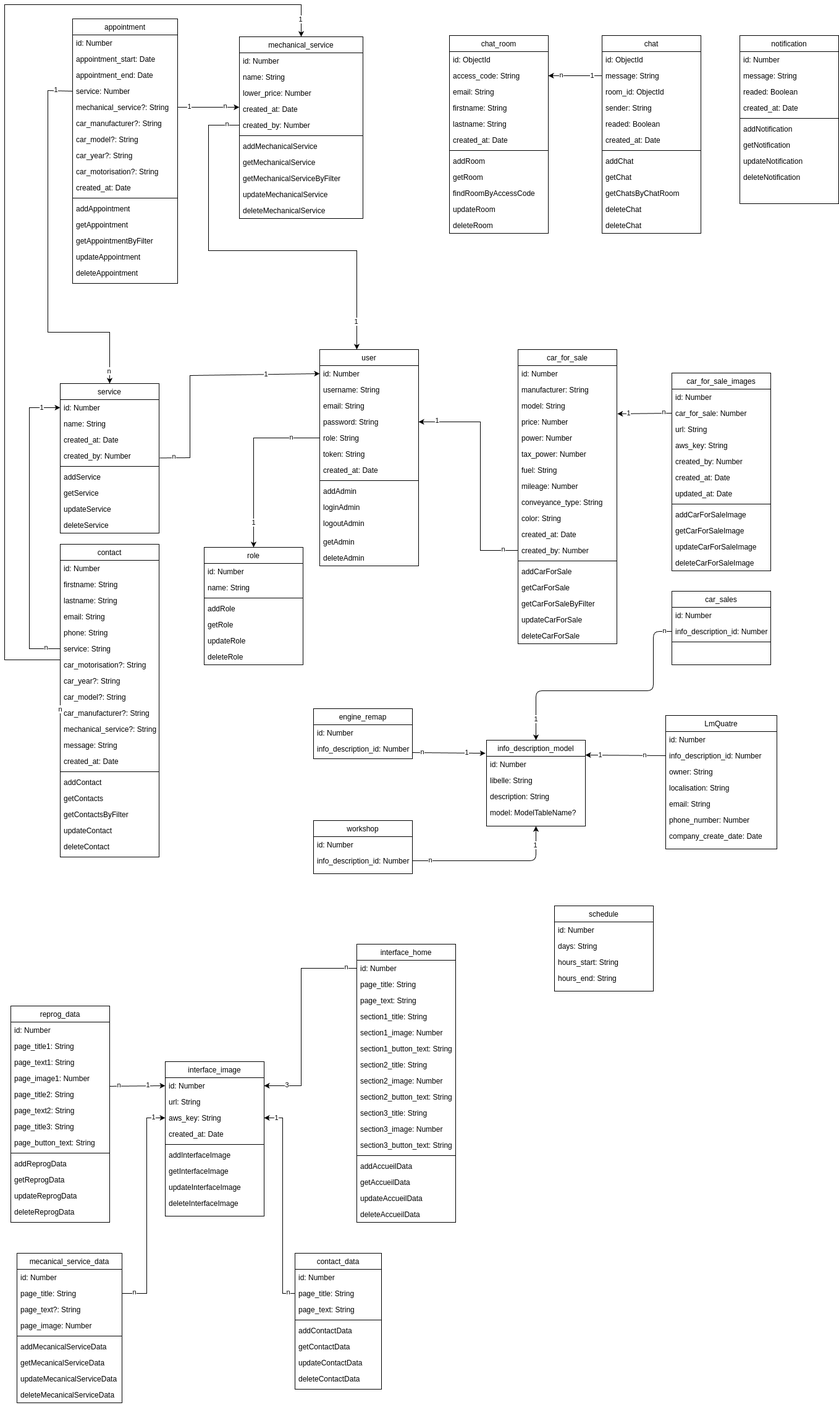
Above: documentation/hephaistos-MCD.drawio.png in nsevendev/hephaistos (draw.io), before the change. Source tidied: cells renumbered, new cells last; positions are measured from the earlier drawing's top-left corner, leaving out a move shared by most shapes.
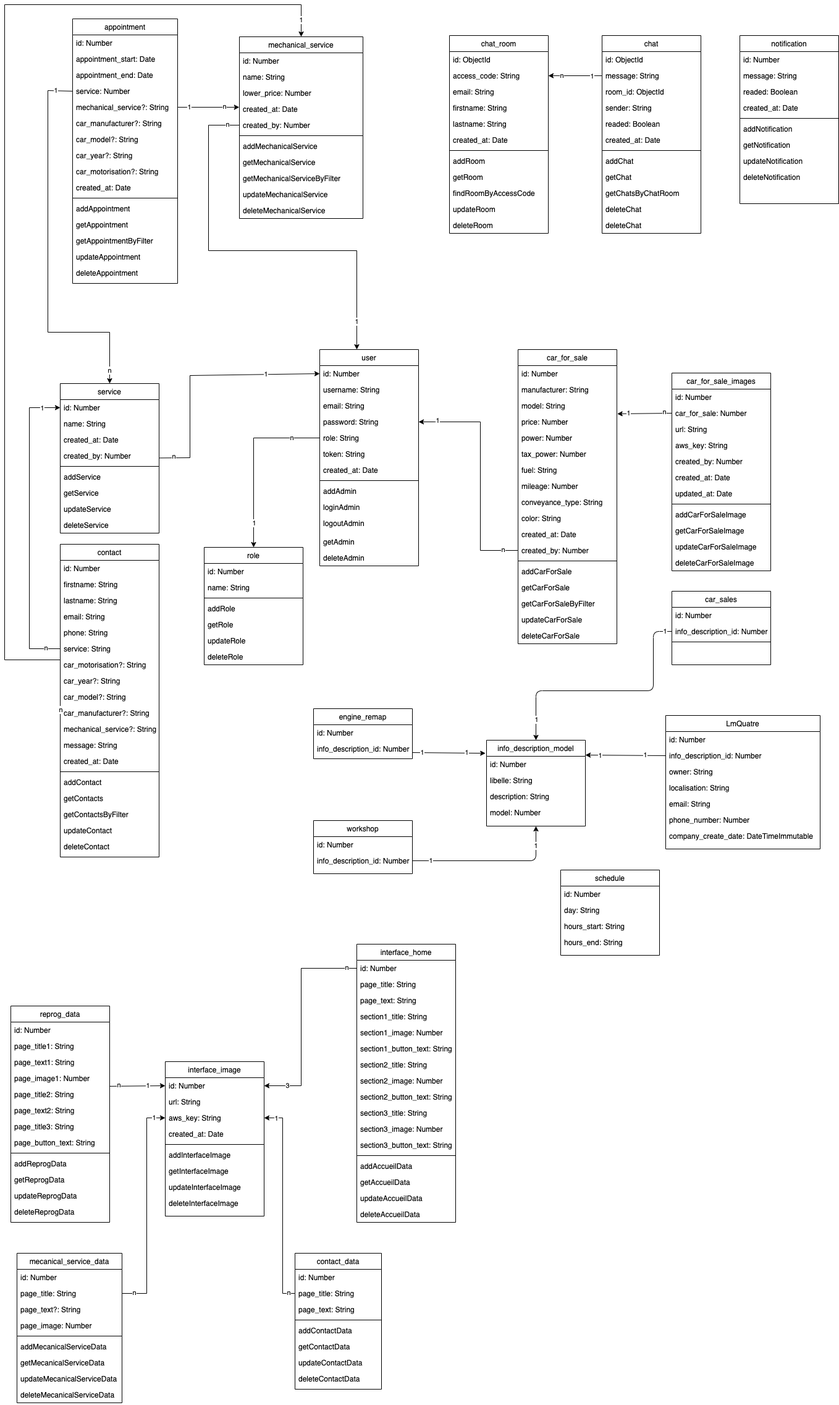
After the commit.

Commit message:
change type and relation

What changed in the source:
```diff
@@ -890,28 +890,28 @@
       <mxGeometry y="52" width="160" height="26" as="geometry" />
     </mxCell>
     <mxCell id="264" value="LmQuatre" style="swimlane;fontStyle=0;align=center;verticalAlign=top;horizontal=1;startSize=26;rounded=0;shadow=0;strokeWidth=1;" parent="1" vertex="1">
-      <mxGeometry x="1070" y="1150" width="180" height="216" as="geometry" />
+      <mxGeometry x="1070" y="1150" width="250" height="216" as="geometry" />
     </mxCell>
     <mxCell id="265" value="id: Number" style="text;align=left;verticalAlign=top;spacingLeft=4;spacingRight=4;overflow=hidden;rounded=0;shadow=0;html=0;" parent="264" vertex="1">
-      <mxGeometry y="26" width="180" height="26" as="geometry" />
+      <mxGeometry y="26" width="250" height="26" as="geometry" />
     </mxCell>
     <mxCell id="266" value="info_description_id: Number" style="text;align=left;verticalAlign=top;spacingLeft=4;spacingRight=4;overflow=hidden;points=[[0,0.5],[1,0.5]];portConstraint=eastwest;rounded=0;shadow=0;html=0;" parent="264" vertex="1">
-      <mxGeometry y="52" width="180" height="26" as="geometry" />
+      <mxGeometry y="52" width="250" height="26" as="geometry" />
     </mxCell>
     <mxCell id="267" value="owner: String" style="text;align=left;verticalAlign=top;spacingLeft=4;spacingRight=4;overflow=hidden;rounded=0;shadow=0;html=0;" parent="264" vertex="1">
-      <mxGeometry y="78" width="180" height="26" as="geometry" />
+      <mxGeometry y="78" width="250" height="26" as="geometry" />
     </mxCell>
     <mxCell id="268" value="localisation: String" style="text;align=left;verticalAlign=top;spacingLeft=4;spacingRight=4;overflow=hidden;rounded=0;shadow=0;html=0;" parent="264" vertex="1">
-      <mxGeometry y="104" width="180" height="26" as="geometry" />
+      <mxGeometry y="104" width="250" height="26" as="geometry" />
     </mxCell>
     <mxCell id="269" value="email: String" style="text;align=left;verticalAlign=top;spacingLeft=4;spacingRight=4;overflow=hidden;rounded=0;shadow=0;html=0;" parent="264" vertex="1">
-      <mxGeometry y="130" width="180" height="26" as="geometry" />
+      <mxGeometry y="130" width="250" height="26" as="geometry" />
     </mxCell>
     <mxCell id="270" value="phone_number: Number" style="text;align=left;verticalAlign=top;spacingLeft=4;spacingRight=4;overflow=hidden;rounded=0;shadow=0;html=0;" parent="264" vertex="1">
-      <mxGeometry y="156" width="180" height="26" as="geometry" />
+      <mxGeometry y="156" width="250" height="26" as="geometry" />
     </mxCell>
-    <mxCell id="271" value="company_create_date: Date" style="text;align=left;verticalAlign=top;spacingLeft=4;spacingRight=4;overflow=hidden;rounded=0;shadow=0;html=0;" parent="264" vertex="1">
-      <mxGeometry y="182" width="180" height="26" as="geometry" />
+    <mxCell id="271" value="company_create_date: DateTimeImmutable" style="text;align=left;verticalAlign=top;spacingLeft=4;spacingRight=4;overflow=hidden;rounded=0;shadow=0;html=0;" parent="264" vertex="1">
+      <mxGeometry y="182" width="250" height="26" as="geometry" />
     </mxCell>
     <mxCell id="272" value="info_description_model" style="swimlane;fontStyle=0;align=center;verticalAlign=top;horizontal=1;startSize=26;rounded=0;shadow=0;strokeWidth=1;" parent="1" vertex="1">
       <mxGeometry x="780" y="1190" width="160" height="139" as="geometry" />
@@ -925,16 +925,16 @@
     <mxCell id="275" value="description: String" style="text;align=left;verticalAlign=top;spacingLeft=4;spacingRight=4;overflow=hidden;rounded=0;shadow=0;html=0;" parent="272" vertex="1">
       <mxGeometry y="78" width="160" height="26" as="geometry" />
     </mxCell>
-    <mxCell id="276" value="model: ModelTableName?" style="text;align=left;verticalAlign=top;spacingLeft=4;spacingRight=4;overflow=hidden;rounded=0;shadow=0;html=0;" parent="272" vertex="1">
+    <mxCell id="276" value="model: Number" style="text;align=left;verticalAlign=top;spacingLeft=4;spacingRight=4;overflow=hidden;rounded=0;shadow=0;html=0;" parent="272" vertex="1">
       <mxGeometry y="104" width="160" height="26" as="geometry" />
     </mxCell>
     <mxCell id="277" value="schedule" style="swimlane;fontStyle=0;align=center;verticalAlign=top;horizontal=1;startSize=26;rounded=0;shadow=0;strokeWidth=1;" parent="1" vertex="1">
-      <mxGeometry x="890" y="1458" width="160" height="138" as="geometry" />
+      <mxGeometry x="900" y="1400" width="160" height="138" as="geometry" />
     </mxCell>
     <mxCell id="278" value="id: Number" style="text;align=left;verticalAlign=top;spacingLeft=4;spacingRight=4;overflow=hidden;rounded=0;shadow=0;html=0;" parent="277" vertex="1">
       <mxGeometry y="26" width="160" height="26" as="geometry" />
     </mxCell>
-    <mxCell id="279" value="days: String" style="text;align=left;verticalAlign=top;spacingLeft=4;spacingRight=4;overflow=hidden;rounded=0;shadow=0;html=0;" parent="277" vertex="1">
+    <mxCell id="279" value="day: String" style="text;align=left;verticalAlign=top;spacingLeft=4;spacingRight=4;overflow=hidden;rounded=0;shadow=0;html=0;" parent="277" vertex="1">
       <mxGeometry y="52" width="160" height="26" as="geometry" />
     </mxCell>
     <mxCell id="280" value="hours_start: String" style="text;align=left;verticalAlign=top;spacingLeft=4;spacingRight=4;overflow=hidden;rounded=0;shadow=0;html=0;" parent="277" vertex="1">
@@ -949,7 +949,7 @@
     <mxCell id="283" value="1" style="edgeLabel;html=1;align=center;verticalAlign=middle;" parent="282" vertex="1">
       <mxGeometry x="0.48" y="1" relative="1" as="geometry" />
     </mxCell>
-    <mxCell id="284" value="n" style="edgeLabel;html=1;align=center;verticalAlign=middle;" parent="282" vertex="1">
+    <mxCell id="284" value="1" style="edgeLabel;html=1;align=center;verticalAlign=middle;" parent="282" vertex="1">
       <mxGeometry x="-0.73" y="-2" relative="1" as="geometry">
         <mxPoint y="-3" as="offset" />
       </mxGeometry>
@@ -962,7 +962,7 @@
         <mxPoint y="-1" as="offset" />
       </mxGeometry>
     </mxCell>
-    <mxCell id="287" value="n" style="edgeLabel;html=1;align=center;verticalAlign=middle;" parent="285" vertex="1">
+    <mxCell id="287" value="1" style="edgeLabel;html=1;align=center;verticalAlign=middle;" parent="285" vertex="1">
       <mxGeometry x="-0.47" y="-1" relative="1" as="geometry" />
     </mxCell>
     <mxCell id="288" style="edgeStyle=none;html=1;exitX=1;exitY=0.5;exitDx=0;exitDy=0;entryX=0.5;entryY=1;entryDx=0;entryDy=0;" parent="1" edge="1" source="263" target="272">
@@ -972,7 +972,7 @@
         </Array>
       </mxGeometry>
     </mxCell>
-    <mxCell id="289" value="n" style="edgeLabel;html=1;align=center;verticalAlign=middle;" parent="288" vertex="1">
+    <mxCell id="289" value="1" style="edgeLabel;html=1;align=center;verticalAlign=middle;" parent="288" vertex="1">
       <mxGeometry x="-0.77" y="1" relative="1" as="geometry" />
     </mxCell>
     <mxCell id="290" value="1" style="edgeLabel;html=1;align=center;verticalAlign=middle;" parent="288" vertex="1">
@@ -992,7 +992,7 @@
         <mxPoint x="1" y="16" as="offset" />
       </mxGeometry>
     </mxCell>
-    <mxCell id="293" value="n" style="edgeLabel;html=1;align=center;verticalAlign=middle;" parent="291" vertex="1">
+    <mxCell id="293" value="1" style="edgeLabel;html=1;align=center;verticalAlign=middle;" parent="291" vertex="1">
       <mxGeometry x="-0.94" y="1" relative="1" as="geometry">
         <mxPoint y="-2" as="offset" />
       </mxGeometry>
```
